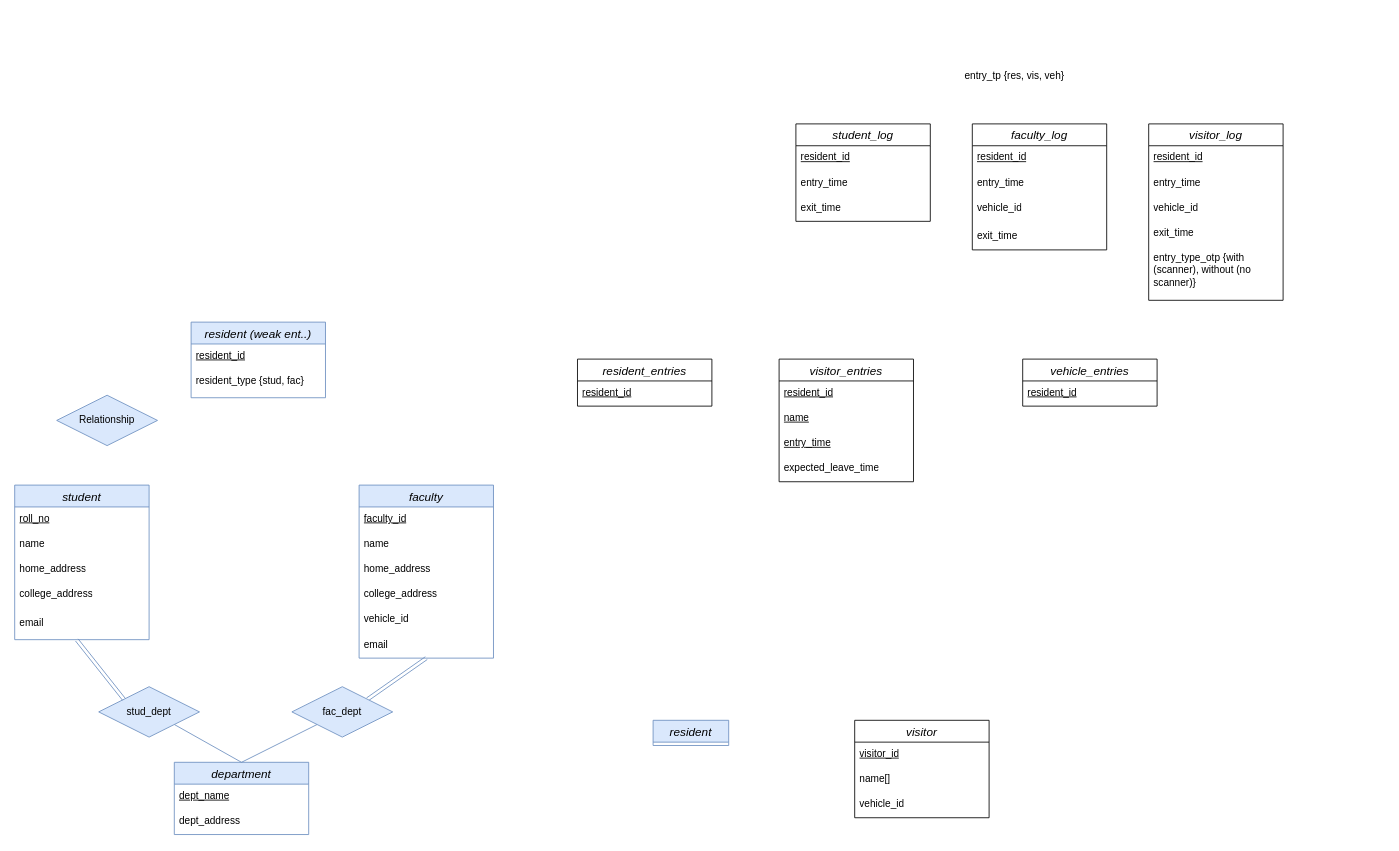
Before: Untitled Diagram.drawio in nirmohica/iith-entry-exit, a draw.io diagram. Source tidied: cells renumbered, new cells numbered last; positions are measured from the earlier drawing's top-left corner, leaving out a move shared by most shapes. Both pictures are drawn from the tidied source at 84%, with x=0, y=0 at pixel (14, 63).
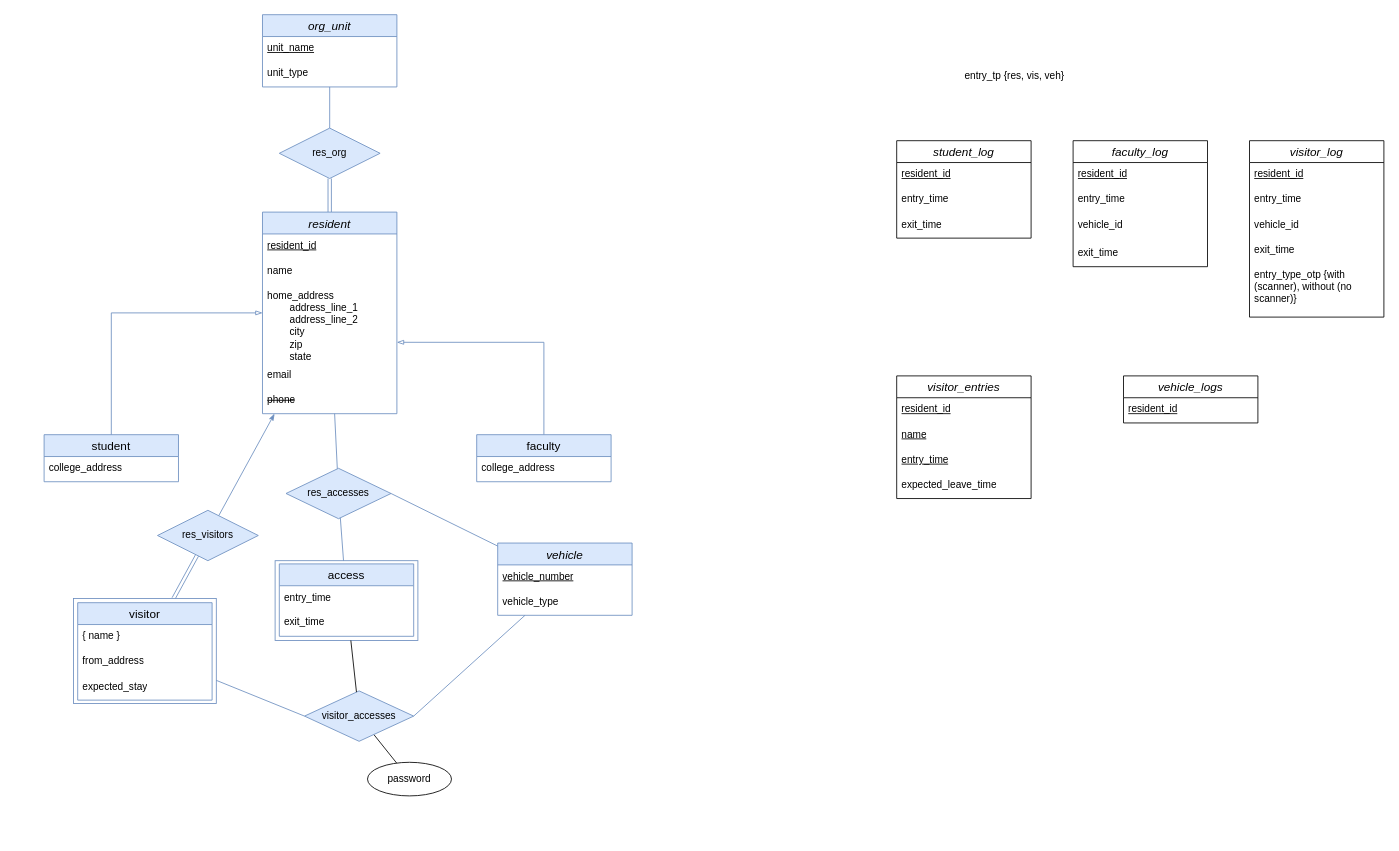
The same page after the edit.

Change to the diagram source:
```diff
@@
-    <mxCell id="2" value="resident (weak ent..)" style="swimlane;fontStyle=2;horizontal=1;startSize=26;align=center;fontSize=14;fillColor=#dae8fc;strokeColor=#6c8ebf;" parent="1" vertex="1">
-      <mxGeometry x="210" y="308" width="160" height="90" as="geometry" />
-    </mxCell>
-    <mxCell id="3" value="&lt;u&gt;resident_id&lt;/u&gt;" style="text;strokeColor=none;fillColor=none;spacingLeft=4;spacingRight=4;overflow=hidden;fontSize=12;whiteSpace=wrap;html=1;" parent="2" vertex="1">
-      <mxGeometry y="26" width="160" height="30" as="geometry" />
-    </mxCell>
-    <mxCell id="4" value="resident_type {stud, fac}" style="text;strokeColor=none;fillColor=none;spacingLeft=4;spacingRight=4;overflow=hidden;fontSize=12;whiteSpace=wrap;html=1;" parent="2" vertex="1">
-      <mxGeometry y="56" width="160" height="34" as="geometry" />
-    </mxCell>
-    <mxCell id="5" value="student" style="swimlane;fontStyle=2;horizontal=1;startSize=26;align=center;fontSize=14;fillColor=#dae8fc;strokeColor=#6c8ebf;" parent="1" vertex="1">
-      <mxGeometry y="502" width="160" height="184" as="geometry" />
-    </mxCell>
-    <mxCell id="6" value="&lt;u&gt;roll_no&lt;/u&gt;" style="text;strokeColor=none;fillColor=none;spacingLeft=4;spacingRight=4;overflow=hidden;fontSize=12;whiteSpace=wrap;html=1;" parent="5" vertex="1">
-      <mxGeometry y="26" width="160" height="30" as="geometry" />
-    </mxCell>
-    <mxCell id="7" value="name" style="text;strokeColor=none;fillColor=none;spacingLeft=4;spacingRight=4;overflow=hidden;fontSize=12;whiteSpace=wrap;html=1;" parent="5" vertex="1">
-      <mxGeometry y="56" width="160" height="30" as="geometry" />
-    </mxCell>
-    <mxCell id="8" value="home_address" style="text;strokeColor=none;fillColor=none;spacingLeft=4;spacingRight=4;overflow=hidden;fontSize=12;whiteSpace=wrap;html=1;" parent="5" vertex="1">
-      <mxGeometry y="86" width="160" height="30" as="geometry" />
-    </mxCell>
-    <mxCell id="9" value="college_address" style="text;strokeColor=none;fillColor=none;spacingLeft=4;spacingRight=4;overflow=hidden;fontSize=12;whiteSpace=wrap;html=1;" parent="5" vertex="1">
-      <mxGeometry y="116" width="160" height="34" as="geometry" />
-    </mxCell>
-    <mxCell id="10" value="email" style="text;strokeColor=none;fillColor=none;spacingLeft=4;spacingRight=4;overflow=hidden;points=[[0,0.5],[1,0.5]];portConstraint=eastwest;fontSize=12;whiteSpace=wrap;html=1;" parent="5" vertex="1">
-      <mxGeometry y="150" width="160" height="34" as="geometry" />
-    </mxCell>
-    <mxCell id="11" style="rounded=0;jettySize=auto;html=1;entryX=1;entryY=0;entryDx=0;entryDy=0;shape=link;fillColor=#dae8fc;strokeColor=#6c8ebf;exitX=0.5;exitY=1;exitDx=0;exitDy=0;" parent="1" edge="1" source="12" target="43">
-      <mxGeometry relative="1" as="geometry" />
-    </mxCell>
-    <mxCell id="12" value="faculty" style="swimlane;fontStyle=2;horizontal=1;startSize=26;align=center;fontSize=14;fillColor=#dae8fc;strokeColor=#6c8ebf;" parent="1" vertex="1">
-      <mxGeometry x="410" y="502" width="160" height="206" as="geometry" />
-    </mxCell>
-    <mxCell id="13" value="&lt;u&gt;faculty_id&lt;/u&gt;" style="text;strokeColor=none;fillColor=none;spacingLeft=4;spacingRight=4;overflow=hidden;fontSize=12;whiteSpace=wrap;html=1;" parent="12" vertex="1">
-      <mxGeometry y="26" width="160" height="30" as="geometry" />
-    </mxCell>
-    <mxCell id="14" value="name" style="text;strokeColor=none;fillColor=none;spacingLeft=4;spacingRight=4;overflow=hidden;fontSize=12;whiteSpace=wrap;html=1;" parent="12" vertex="1">
-      <mxGeometry y="56" width="160" height="30" as="geometry" />
-    </mxCell>
-    <mxCell id="15" value="home_address" style="text;strokeColor=none;fillColor=none;spacingLeft=4;spacingRight=4;overflow=hidden;fontSize=12;whiteSpace=wrap;html=1;" parent="12" vertex="1">
-      <mxGeometry y="86" width="160" height="30" as="geometry" />
-    </mxCell>
-    <mxCell id="16" value="college_address" style="text;strokeColor=none;fillColor=none;spacingLeft=4;spacingRight=4;overflow=hidden;fontSize=12;whiteSpace=wrap;html=1;" parent="12" vertex="1">
-      <mxGeometry y="116" width="160" height="30" as="geometry" />
-    </mxCell>
-    <mxCell id="17" value="vehicle_id" style="text;strokeColor=none;fillColor=none;spacingLeft=4;spacingRight=4;overflow=hidden;fontSize=12;whiteSpace=wrap;html=1;" parent="12" vertex="1">
-      <mxGeometry y="146" width="160" height="30" as="geometry" />
-    </mxCell>
-    <mxCell id="18" value="email" style="text;strokeColor=none;fillColor=none;spacingLeft=4;spacingRight=4;overflow=hidden;fontSize=12;whiteSpace=wrap;html=1;" parent="12" vertex="1">
-      <mxGeometry y="176" width="160" height="30" as="geometry" />
-    </mxCell>
+    <mxCell id="58" style="rounded=0;jettySize=auto;html=1;endArrow=none;startFill=0;shape=link;fillColor=#dae8fc;strokeColor=#6c8ebf;" parent="1" edge="1" source="76" target="91">
+      <mxGeometry relative="1" as="geometry" />
+    </mxCell>
+    <mxCell id="59" style="rounded=0;jettySize=auto;html=1;entryX=0;entryY=0.5;entryDx=0;entryDy=0;fillColor=#dae8fc;strokeColor=#6c8ebf;endArrow=none;startFill=0;" parent="1" edge="1" source="32" target="73">
+      <mxGeometry relative="1" as="geometry" />
+    </mxCell>
+    <mxCell id="60" style="rounded=0;jettySize=auto;html=1;endArrow=none;startFill=1;startArrow=classicThin;fillColor=#dae8fc;strokeColor=#6c8ebf;" parent="1" edge="1" source="44" target="76">
+      <mxGeometry relative="1" as="geometry" />
+    </mxCell>
+    <mxCell id="61" style="edgeStyle=orthogonalEdgeStyle;rounded=0;jettySize=auto;html=1;endArrow=blockThin;endFill=0;fillColor=#dae8fc;strokeColor=#6c8ebf;" parent="1" edge="1" source="12" target="44">
+      <mxGeometry relative="1" as="geometry">
+        <Array as="points">
+          <mxPoint x="630" y="332" />
+        </Array>
+      </mxGeometry>
+    </mxCell>
     <mxCell id="19" value="student_log" style="swimlane;fontStyle=2;horizontal=1;startSize=26;align=center;fontSize=14;" parent="1" vertex="1">
-      <mxGeometry x="930" y="72" width="160" height="116" as="geometry" />
+      <mxGeometry x="1050" y="92" width="160" height="116" as="geometry" />
     </mxCell>
@@
-    <mxCell id="23" value="resident_entries" style="swimlane;fontStyle=2;horizontal=1;startSize=26;align=center;fontSize=14;" parent="1" vertex="1">
-      <mxGeometry x="670" y="352" width="160" height="56" as="geometry" />
-    </mxCell>
-    <mxCell id="24" value="&lt;u&gt;resident_id&lt;/u&gt;" style="text;strokeColor=none;fillColor=none;spacingLeft=4;spacingRight=4;overflow=hidden;fontSize=12;whiteSpace=wrap;html=1;" parent="23" vertex="1">
-      <mxGeometry y="26" width="160" height="30" as="geometry" />
-    </mxCell>
     <mxCell id="25" value="visitor_entries" style="swimlane;fontStyle=2;horizontal=1;startSize=26;align=center;fontSize=14;" parent="1" vertex="1">
-      <mxGeometry x="910" y="352" width="160" height="146" as="geometry" />
+      <mxGeometry x="1050" y="372" width="160" height="146" as="geometry" />
     </mxCell>
@@
-    <mxCell id="30" value="vehicle_entries" style="swimlane;fontStyle=2;horizontal=1;startSize=26;align=center;fontSize=14;" parent="1" vertex="1">
-      <mxGeometry x="1200" y="352" width="160" height="56" as="geometry" />
+    <mxCell id="30" value="vehicle_logs" style="swimlane;fontStyle=2;horizontal=1;startSize=26;align=center;fontSize=14;" parent="1" vertex="1">
+      <mxGeometry x="1320" y="372" width="160" height="56" as="geometry" />
     </mxCell>
@@
-    <mxCell id="32" value="visitor" style="swimlane;fontStyle=2;horizontal=1;startSize=26;align=center;fontSize=14;" parent="1" vertex="1">
-      <mxGeometry x="1000" y="782" width="160" height="116" as="geometry" />
-    </mxCell>
-    <mxCell id="33" value="&lt;u&gt;visitor_id&lt;/u&gt;" style="text;strokeColor=none;fillColor=none;spacingLeft=4;spacingRight=4;overflow=hidden;fontSize=12;whiteSpace=wrap;html=1;" parent="32" vertex="1">
-      <mxGeometry y="26" width="160" height="30" as="geometry" />
-    </mxCell>
-    <mxCell id="34" value="name[]" style="text;strokeColor=none;fillColor=none;spacingLeft=4;spacingRight=4;overflow=hidden;fontSize=12;whiteSpace=wrap;html=1;" parent="32" vertex="1">
-      <mxGeometry y="56" width="160" height="30" as="geometry" />
-    </mxCell>
-    <mxCell id="35" value="vehicle_id" style="text;strokeColor=none;fillColor=none;spacingLeft=4;spacingRight=4;overflow=hidden;fontSize=12;whiteSpace=wrap;html=1;" parent="32" vertex="1">
-      <mxGeometry y="86" width="160" height="30" as="geometry" />
-    </mxCell>
+    <mxCell id="62" style="rounded=0;jettySize=auto;html=1;endArrow=none;startFill=0;fillColor=#dae8fc;strokeColor=#6c8ebf;" parent="1" edge="1" source="36" target="40">
+      <mxGeometry relative="1" as="geometry" />
+    </mxCell>
-    <mxCell id="36" value="department" style="swimlane;fontStyle=2;horizontal=1;startSize=26;align=center;fontSize=14;fillColor=#dae8fc;strokeColor=#6c8ebf;" parent="1" vertex="1">
-      <mxGeometry x="190" y="832" width="160" height="86" as="geometry" />
+    <mxCell id="36" value="org_unit" style="swimlane;fontStyle=2;horizontal=1;startSize=26;align=center;fontSize=14;fillColor=#dae8fc;strokeColor=#6c8ebf;" parent="1" vertex="1">
+      <mxGeometry x="295" y="-58" width="160" height="86" as="geometry" />
     </mxCell>
-    <mxCell id="37" value="&lt;u&gt;dept_name&lt;/u&gt;" style="text;strokeColor=none;fillColor=none;spacingLeft=4;spacingRight=4;overflow=hidden;fontSize=12;whiteSpace=wrap;html=1;" parent="36" vertex="1">
+    <mxCell id="37" value="&lt;u&gt;unit_name&lt;/u&gt;" style="text;strokeColor=none;fillColor=none;spacingLeft=4;spacingRight=4;overflow=hidden;fontSize=12;whiteSpace=wrap;html=1;" parent="36" vertex="1">
       <mxGeometry y="26" width="160" height="30" as="geometry" />
     </mxCell>
-    <mxCell id="38" value="dept_address" style="text;strokeColor=none;fillColor=none;spacingLeft=4;spacingRight=4;overflow=hidden;fontSize=12;whiteSpace=wrap;html=1;" parent="36" vertex="1">
+    <mxCell id="38" value="unit_type" style="text;strokeColor=none;fillColor=none;spacingLeft=4;spacingRight=4;overflow=hidden;fontSize=12;whiteSpace=wrap;html=1;" parent="36" vertex="1">
       <mxGeometry y="56" width="160" height="30" as="geometry" />
     </mxCell>
-    <mxCell id="39" style="rounded=0;jettySize=auto;html=1;exitX=1;exitY=1;exitDx=0;exitDy=0;entryX=0.5;entryY=0;entryDx=0;entryDy=0;endArrow=none;startFill=0;fillColor=#dae8fc;strokeColor=#6c8ebf;" parent="1" edge="1" source="40" target="36">
-      <mxGeometry relative="1" as="geometry" />
-    </mxCell>
-    <mxCell id="40" value="stud_dept" style="shape=rhombus;perimeter=rhombusPerimeter;whiteSpace=wrap;html=1;align=center;fillColor=#dae8fc;strokeColor=#6c8ebf;" parent="1" vertex="1">
-      <mxGeometry x="100" y="742" width="120" height="60" as="geometry" />
+    <mxCell id="40" value="res_org" style="shape=rhombus;perimeter=rhombusPerimeter;whiteSpace=wrap;html=1;align=center;fillColor=#dae8fc;strokeColor=#6c8ebf;" parent="1" vertex="1">
+      <mxGeometry x="315" y="77" width="120" height="60" as="geometry" />
     </mxCell>
-    <mxCell id="41" style="rounded=0;jettySize=auto;html=1;exitX=0;exitY=0;exitDx=0;exitDy=0;entryX=0.462;entryY=1.009;entryDx=0;entryDy=0;endArrow=none;startFill=0;shape=link;entryPerimeter=0;fillColor=#dae8fc;strokeColor=#6c8ebf;" parent="1" edge="1" source="40" target="10">
-      <mxGeometry relative="1" as="geometry" />
-    </mxCell>
-    <mxCell id="42" style="rounded=0;jettySize=auto;html=1;exitX=0;exitY=1;exitDx=0;exitDy=0;entryX=0.5;entryY=0;entryDx=0;entryDy=0;endArrow=none;startFill=0;fillColor=#dae8fc;strokeColor=#6c8ebf;" parent="1" edge="1" source="43" target="36">
-      <mxGeometry relative="1" as="geometry" />
-    </mxCell>
-    <mxCell id="43" value="fac_dept" style="shape=rhombus;perimeter=rhombusPerimeter;whiteSpace=wrap;html=1;align=center;fillColor=#dae8fc;strokeColor=#6c8ebf;" parent="1" vertex="1">
-      <mxGeometry x="330" y="742" width="120" height="60" as="geometry" />
-    </mxCell>
-    <mxCell id="44" value="resident" style="swimlane;fontStyle=2;horizontal=1;startSize=26;align=center;fontSize=14;fillColor=#dae8fc;strokeColor=#6c8ebf;" parent="1" vertex="1" collapsed="1">
-      <mxGeometry x="760" y="782" width="90" height="30" as="geometry" />
-    </mxCell>
     <mxCell id="45" value="faculty_log" style="swimlane;fontStyle=2;horizontal=1;startSize=26;align=center;fontSize=14;" parent="1" vertex="1">
-      <mxGeometry x="1140" y="72" width="160" height="150" as="geometry" />
+      <mxGeometry x="1260" y="92" width="160" height="150" as="geometry" />
     </mxCell>
@@
     <mxCell id="50" value="visitor_log" style="swimlane;fontStyle=2;horizontal=1;startSize=26;align=center;fontSize=14;" parent="1" vertex="1">
-      <mxGeometry x="1350" y="72" width="160" height="210" as="geometry" />
+      <mxGeometry x="1470" y="92" width="160" height="210" as="geometry" />
     </mxCell>
@@
-    <mxCell id="57" value="Relationship" style="shape=rhombus;perimeter=rhombusPerimeter;whiteSpace=wrap;html=1;align=center;fillColor=#dae8fc;strokeColor=#6c8ebf;" parent="1" vertex="1">
-      <mxGeometry x="50" y="395" width="120" height="60" as="geometry" />
-    </mxCell>
+    <mxCell id="63" style="rounded=0;jettySize=auto;html=1;entryX=1;entryY=0.5;entryDx=0;entryDy=0;endArrow=none;startFill=0;fillColor=#dae8fc;strokeColor=#6c8ebf;" parent="1" edge="1" source="64" target="73">
+      <mxGeometry relative="1" as="geometry" />
+    </mxCell>
+    <mxCell id="64" value="vehicle" style="swimlane;fontStyle=2;horizontal=1;startSize=26;align=center;fontSize=14;fillColor=#dae8fc;strokeColor=#6c8ebf;" parent="1" vertex="1">
+      <mxGeometry x="575" y="571" width="160" height="86" as="geometry" />
+    </mxCell>
+    <mxCell id="65" value="&lt;u&gt;vehicle_number&lt;/u&gt;" style="text;strokeColor=none;fillColor=none;spacingLeft=4;spacingRight=4;overflow=hidden;fontSize=12;whiteSpace=wrap;html=1;" parent="64" vertex="1">
+      <mxGeometry y="26" width="160" height="30" as="geometry" />
+    </mxCell>
+    <mxCell id="66" value="vehicle_type" style="text;strokeColor=none;fillColor=none;spacingLeft=4;spacingRight=4;overflow=hidden;fontSize=12;whiteSpace=wrap;html=1;" parent="64" vertex="1">
+      <mxGeometry y="56" width="160" height="30" as="geometry" />
+    </mxCell>
+    <mxCell id="67" style="group;" parent="1" vertex="1">
+      <mxGeometry x="310" y="592" width="170" height="95" as="geometry" />
+    </mxCell>
+    <mxCell id="68" style="whiteSpace=wrap;html=1;fillColor=none;strokeColor=#6c8ebf;" parent="67" vertex="1">
+      <mxGeometry width="170" height="95" as="geometry" />
+    </mxCell>
+    <mxCell id="69" value="access" style="swimlane;fontStyle=0;horizontal=1;startSize=26;align=center;fontSize=14;swimlaneFillColor=default;swimlaneLine=1;strokeColor=#6c8ebf;perimeterSpacing=0;strokeWidth=1;fillColor=#dae8fc;swimlaneBody=1;swimlaneHead=1;" parent="67" vertex="1">
+      <mxGeometry x="5" y="3.8" width="160" height="86.2" as="geometry" />
+    </mxCell>
+    <mxCell id="70" value="entry_time" style="text;strokeColor=none;fillColor=none;spacingLeft=4;spacingRight=4;overflow=hidden;fontSize=12;whiteSpace=wrap;html=1;" parent="69" vertex="1">
+      <mxGeometry y="26" width="160" height="29" as="geometry" />
+    </mxCell>
+    <mxCell id="71" value="exit_time" style="text;strokeColor=none;fillColor=none;spacingLeft=4;spacingRight=4;overflow=hidden;fontSize=12;whiteSpace=wrap;html=1;" parent="69" vertex="1">
+      <mxGeometry y="55" width="160" height="31.2" as="geometry" />
+    </mxCell>
+    <mxCell id="72" style="rounded=0;jettySize=auto;html=1;endArrow=none;startFill=0;" parent="1" edge="1" source="73" target="86">
+      <mxGeometry relative="1" as="geometry" />
+    </mxCell>
+    <mxCell id="73" value="visitor_accesses" style="shape=rhombus;perimeter=rhombusPerimeter;whiteSpace=wrap;html=1;align=center;fillColor=#dae8fc;strokeColor=#6c8ebf;" parent="1" vertex="1">
+      <mxGeometry x="345" y="747" width="130" height="60" as="geometry" />
+    </mxCell>
+    <mxCell id="74" style="rounded=0;jettySize=auto;html=1;endArrow=none;startFill=0;fillColor=#dae8fc;strokeColor=#6c8ebf;" parent="1" edge="1" source="75" target="44">
+      <mxGeometry relative="1" as="geometry" />
+    </mxCell>
+    <mxCell id="75" value="res_accesses" style="shape=rhombus;perimeter=rhombusPerimeter;whiteSpace=wrap;html=1;align=center;fillColor=#dae8fc;strokeColor=#6c8ebf;" parent="1" vertex="1">
+      <mxGeometry x="323" y="482" width="125" height="60" as="geometry" />
+    </mxCell>
+    <mxCell id="76" value="res_visitors" style="shape=rhombus;perimeter=rhombusPerimeter;whiteSpace=wrap;html=1;align=center;fillColor=#dae8fc;strokeColor=#6c8ebf;" parent="1" vertex="1">
+      <mxGeometry x="170" y="532" width="120" height="60" as="geometry" />
+    </mxCell>
+    <mxCell id="77" style="rounded=0;jettySize=auto;html=1;shape=link;fillColor=#dae8fc;strokeColor=#6c8ebf;" parent="1" edge="1" source="44" target="40">
+      <mxGeometry relative="1" as="geometry" />
+    </mxCell>
+    <mxCell id="78" style="edgeStyle=orthogonalEdgeStyle;rounded=0;jettySize=auto;html=1;endArrow=none;startFill=0;startArrow=blockThin;fillColor=#dae8fc;strokeColor=#6c8ebf;" parent="1" edge="1" source="44" target="5">
+      <mxGeometry relative="1" as="geometry" />
+    </mxCell>
+    <mxCell id="44" value="resident" style="swimlane;fontStyle=2;horizontal=1;startSize=26;align=center;fontSize=14;fillColor=#dae8fc;strokeColor=#6c8ebf;" parent="1" vertex="1">
+      <mxGeometry x="295" y="177" width="160" height="240" as="geometry" />
+    </mxCell>
+    <mxCell id="79" value="&lt;u&gt;resident_id&lt;/u&gt;" style="text;strokeColor=none;fillColor=none;spacingLeft=4;spacingRight=4;overflow=hidden;fontSize=12;whiteSpace=wrap;html=1;" parent="44" vertex="1">
+      <mxGeometry y="26" width="160" height="30" as="geometry" />
+    </mxCell>
+    <mxCell id="80" value="name" style="text;strokeColor=none;fillColor=none;spacingLeft=4;spacingRight=4;overflow=hidden;fontSize=12;whiteSpace=wrap;html=1;" parent="44" vertex="1">
+      <mxGeometry y="56" width="160" height="30" as="geometry" />
+    </mxCell>
+    <mxCell id="81" value="home_address&lt;div&gt;&lt;span style=&quot;white-space: pre;&quot;&gt;&#9;&lt;/span&gt;address_line_1&lt;br&gt;&lt;/div&gt;&lt;div&gt;&lt;span style=&quot;white-space: pre;&quot;&gt;&#9;&lt;/span&gt;address_line_2&lt;br&gt;&lt;/div&gt;&lt;div&gt;&lt;span style=&quot;white-space: pre;&quot;&gt;&#9;&lt;/span&gt;city&lt;br&gt;&lt;/div&gt;&lt;div&gt;&lt;span style=&quot;white-space: pre;&quot;&gt;&#9;&lt;/span&gt;zip&lt;br&gt;&lt;/div&gt;&lt;div&gt;&lt;span style=&quot;white-space: pre;&quot;&gt;&#9;&lt;/span&gt;state&lt;/div&gt;" style="text;strokeColor=none;fillColor=none;spacingLeft=4;spacingRight=4;overflow=hidden;fontSize=12;whiteSpace=wrap;html=1;" parent="44" vertex="1">
+      <mxGeometry y="86" width="160" height="94" as="geometry" />
+    </mxCell>
+    <mxCell id="82" value="email" style="text;strokeColor=none;fillColor=none;spacingLeft=4;spacingRight=4;overflow=hidden;fontSize=12;whiteSpace=wrap;html=1;" parent="44" vertex="1">
+      <mxGeometry y="180" width="160" height="30" as="geometry" />
+    </mxCell>
+    <mxCell id="83" value="&lt;strike&gt;phone&lt;/strike&gt;" style="text;strokeColor=none;fillColor=none;spacingLeft=4;spacingRight=4;overflow=hidden;fontSize=12;whiteSpace=wrap;html=1;" parent="44" vertex="1">
+      <mxGeometry y="210" width="160" height="30" as="geometry" />
+    </mxCell>
+    <mxCell id="84" style="rounded=0;jettySize=auto;html=1;endArrow=none;startFill=0;fillColor=#dae8fc;strokeColor=#6c8ebf;" parent="1" edge="1" source="75" target="68">
+      <mxGeometry relative="1" as="geometry" />
+    </mxCell>
+    <mxCell id="85" style="rounded=0;jettySize=auto;html=1;endArrow=none;startFill=0;" parent="1" edge="1" source="68" target="73">
+      <mxGeometry relative="1" as="geometry" />
+    </mxCell>
+    <mxCell id="86" value="password" style="ellipse;whiteSpace=wrap;html=1;align=center;" parent="1" vertex="1">
+      <mxGeometry x="420" y="832" width="100" height="40" as="geometry" />
+    </mxCell>
+    <mxCell id="87" style="rounded=0;jettySize=auto;html=1;exitX=1;exitY=0.5;exitDx=0;exitDy=0;endArrow=none;startFill=0;startArrow=none;fillColor=#dae8fc;strokeColor=#6c8ebf;" parent="1" edge="1" source="75" target="64">
+      <mxGeometry relative="1" as="geometry" />
+    </mxCell>
+    <mxCell id="5" value="student" style="swimlane;fontStyle=0;horizontal=1;startSize=26;align=center;fontSize=14;fillColor=#dae8fc;strokeColor=#6c8ebf;" parent="1" vertex="1">
+      <mxGeometry x="35" y="442" width="160" height="56" as="geometry" />
+    </mxCell>
+    <mxCell id="88" value="college_address" style="text;strokeColor=none;fillColor=none;spacingLeft=4;spacingRight=4;overflow=hidden;fontSize=12;whiteSpace=wrap;html=1;" parent="5" vertex="1">
+      <mxGeometry y="26" width="160" height="30" as="geometry" />
+    </mxCell>
+    <mxCell id="12" value="faculty" style="swimlane;fontStyle=0;horizontal=1;startSize=26;align=center;fontSize=14;fillColor=#dae8fc;strokeColor=#6c8ebf;" parent="1" vertex="1">
+      <mxGeometry x="550" y="442" width="160" height="56" as="geometry" />
+    </mxCell>
+    <mxCell id="89" value="college_address" style="text;strokeColor=none;fillColor=none;spacingLeft=4;spacingRight=4;overflow=hidden;fontSize=12;whiteSpace=wrap;html=1;" parent="12" vertex="1">
+      <mxGeometry y="26" width="160" height="30" as="geometry" />
+    </mxCell>
+    <mxCell id="90" style="group;" parent="1" vertex="1">
+      <mxGeometry x="70" y="637" width="170" height="125" as="geometry" />
+    </mxCell>
+    <mxCell id="91" style="whiteSpace=wrap;html=1;fillColor=light-dark(#FFFFFF,#000000);strokeColor=#6c8ebf;fillStyle=solid;" parent="90" vertex="1">
+      <mxGeometry width="170" height="125" as="geometry" />
+    </mxCell>
+    <mxCell id="32" value="visitor" style="swimlane;fontStyle=0;horizontal=1;startSize=26;align=center;fontSize=14;swimlaneFillColor=default;swimlaneLine=1;strokeColor=#6c8ebf;perimeterSpacing=0;strokeWidth=1;fillColor=#dae8fc;swimlaneBody=1;swimlaneHead=1;" parent="90" vertex="1">
+      <mxGeometry x="5" y="5" width="160" height="116" as="geometry" />
+    </mxCell>
+    <mxCell id="92" value="{ name }" style="text;strokeColor=none;fillColor=none;spacingLeft=4;spacingRight=4;overflow=hidden;fontSize=12;whiteSpace=wrap;html=1;" parent="32" vertex="1">
+      <mxGeometry y="26" width="160" height="30" as="geometry" />
+    </mxCell>
+    <mxCell id="93" value="from_address" style="text;strokeColor=none;fillColor=none;spacingLeft=4;spacingRight=4;overflow=hidden;fontSize=12;whiteSpace=wrap;html=1;" parent="32" vertex="1">
+      <mxGeometry y="56" width="160" height="30" as="geometry" />
+    </mxCell>
+    <mxCell id="94" value="expected_stay" style="text;strokeColor=none;fillColor=none;spacingLeft=4;spacingRight=4;overflow=hidden;fontSize=12;whiteSpace=wrap;html=1;" parent="32" vertex="1">
+      <mxGeometry y="86" width="160" height="30" as="geometry" />
+    </mxCell>
```
